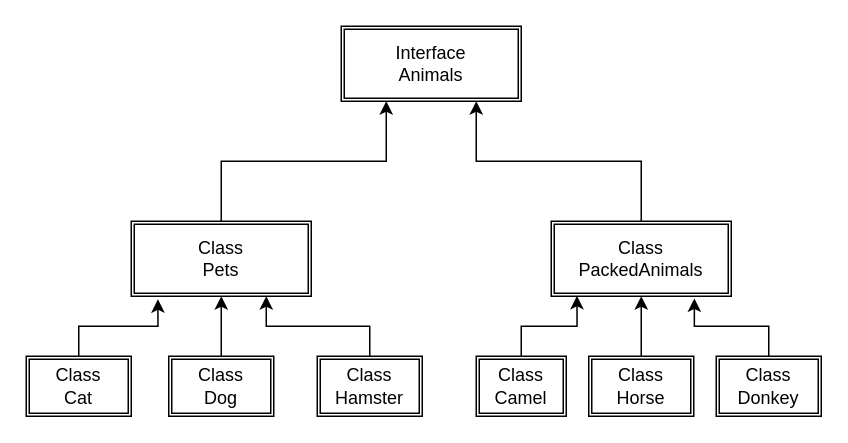
The draw.io diagram diagramm/klassDiagramm.drawio in AlexandrTolstov/GBAnimalAccountSystem, before the edit. Source tidied: cells renumbered, new cells numbered last; positions are measured from the earlier drawing's top-left corner, leaving out a move shared by most shapes. Both pictures are drawn from the tidied source at 150%, with x=0, y=0 at pixel (26, 26).
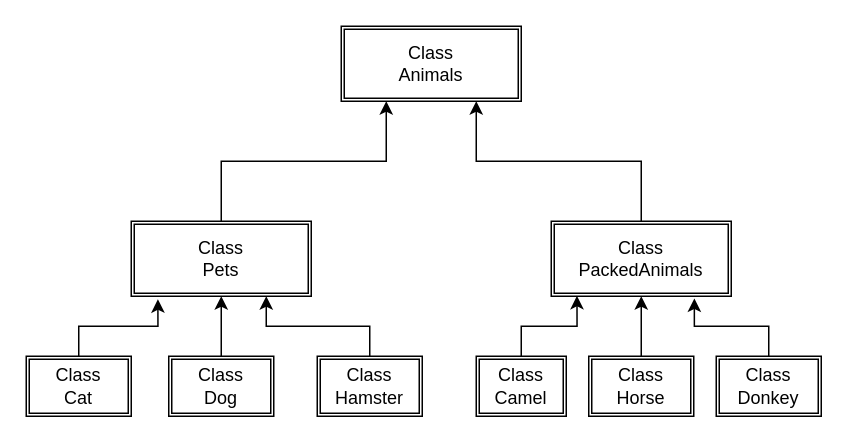
Above is the later version.

What changed in the source:
```diff
@@
 <mxGraphModel>
   <root>
     <mxCell id="0" />
     <mxCell id="1" parent="0" />
-    <mxCell id="2" value="Interface&lt;br&gt;Animals" style="shape=ext;double=1;rounded=0;whiteSpace=wrap;html=1;" parent="1" vertex="1">
+    <mxCell id="2" value="Class&lt;br&gt;Animals" style="shape=ext;double=1;rounded=0;whiteSpace=wrap;html=1;" parent="1" vertex="1">
       <mxGeometry x="210" width="120" height="50" as="geometry" />
     </mxCell>
     <mxCell id="3" style="edgeStyle=orthogonalEdgeStyle;rounded=0;jettySize=auto;html=1;exitX=0.5;exitY=0;exitDx=0;exitDy=0;entryX=0.25;entryY=1;entryDx=0;entryDy=0;" parent="1" edge="1" source="4" target="2">
       <mxGeometry relative="1" as="geometry" />
     </mxCell>
     <mxCell id="4" value="Class&lt;br&gt;Pets" style="shape=ext;double=1;rounded=0;whiteSpace=wrap;html=1;" parent="1" vertex="1">
       <mxGeometry x="70" y="130" width="120" height="50" as="geometry" />
     </mxCell>
     <mxCell id="5" style="edgeStyle=orthogonalEdgeStyle;rounded=0;jettySize=auto;html=1;exitX=0.5;exitY=0;exitDx=0;exitDy=0;entryX=0.75;entryY=1;entryDx=0;entryDy=0;" parent="1" edge="1" source="6" target="2">
       <mxGeometry relative="1" as="geometry" />
     </mxCell>
     <mxCell id="6" value="Class&lt;br&gt;PackedAnimals" style="shape=ext;double=1;rounded=0;whiteSpace=wrap;html=1;" parent="1" vertex="1">
       <mxGeometry x="350" y="130" width="120" height="50" as="geometry" />
     </mxCell>
     <mxCell id="7" style="edgeStyle=orthogonalEdgeStyle;rounded=0;jettySize=auto;html=1;exitX=0.5;exitY=0;exitDx=0;exitDy=0;entryX=0.5;entryY=1;entryDx=0;entryDy=0;" parent="1" edge="1" source="8" target="4">
       <mxGeometry relative="1" as="geometry" />
     </mxCell>
     <mxCell id="8" value="Class&lt;br&gt;Dog" style="shape=ext;double=1;rounded=0;whiteSpace=wrap;html=1;" parent="1" vertex="1">
       <mxGeometry x="95" y="220" width="70" height="40" as="geometry" />
     </mxCell>
     <mxCell id="9" value="Class&lt;br&gt;Cat" style="shape=ext;double=1;rounded=0;whiteSpace=wrap;html=1;" parent="1" vertex="1">
       <mxGeometry y="220" width="70" height="40" as="geometry" />
     </mxCell>
     <mxCell id="10" style="edgeStyle=orthogonalEdgeStyle;rounded=0;jettySize=auto;html=1;exitX=0.5;exitY=0;exitDx=0;exitDy=0;entryX=0.75;entryY=1;entryDx=0;entryDy=0;" parent="1" edge="1" source="11" target="4">
       <mxGeometry relative="1" as="geometry" />
     </mxCell>
     <mxCell id="11" value="Class&lt;br&gt;Hamster" style="shape=ext;double=1;rounded=0;whiteSpace=wrap;html=1;" parent="1" vertex="1">
       <mxGeometry x="194" y="220" width="70" height="40" as="geometry" />
     </mxCell>
     <mxCell id="12" style="edgeStyle=orthogonalEdgeStyle;rounded=0;jettySize=auto;html=1;exitX=0.5;exitY=0;exitDx=0;exitDy=0;entryX=0.148;entryY=1.04;entryDx=0;entryDy=0;entryPerimeter=0;" parent="1" edge="1" source="9" target="4">
       <mxGeometry relative="1" as="geometry" />
     </mxCell>
     <mxCell id="13" style="edgeStyle=orthogonalEdgeStyle;rounded=0;jettySize=auto;html=1;exitX=0.5;exitY=0;exitDx=0;exitDy=0;entryX=0.5;entryY=1;entryDx=0;entryDy=0;" parent="1" edge="1" source="14" target="6">
       <mxGeometry relative="1" as="geometry" />
     </mxCell>
     <mxCell id="14" value="Class&lt;br&gt;Horse" style="shape=ext;double=1;rounded=0;whiteSpace=wrap;html=1;" parent="1" vertex="1">
       <mxGeometry x="375" y="220" width="70" height="40" as="geometry" />
     </mxCell>
     <mxCell id="15" value="Class&lt;br&gt;Camel" style="shape=ext;double=1;rounded=0;whiteSpace=wrap;html=1;" parent="1" vertex="1">
       <mxGeometry x="300" y="220" width="60" height="40" as="geometry" />
     </mxCell>
     <mxCell id="16" value="Class&lt;br&gt;Donkey" style="shape=ext;double=1;rounded=0;whiteSpace=wrap;html=1;" parent="1" vertex="1">
       <mxGeometry x="460" y="220" width="70" height="40" as="geometry" />
     </mxCell>
     <mxCell id="17" style="edgeStyle=orthogonalEdgeStyle;rounded=0;jettySize=auto;html=1;exitX=0.5;exitY=0;exitDx=0;exitDy=0;entryX=0.143;entryY=0.994;entryDx=0;entryDy=0;entryPerimeter=0;" parent="1" edge="1" source="15" target="6">
       <mxGeometry relative="1" as="geometry" />
     </mxCell>
     <mxCell id="18" style="edgeStyle=orthogonalEdgeStyle;rounded=0;jettySize=auto;html=1;exitX=0.5;exitY=0;exitDx=0;exitDy=0;entryX=0.795;entryY=1.029;entryDx=0;entryDy=0;entryPerimeter=0;" parent="1" edge="1" source="16" target="6">
       <mxGeometry relative="1" as="geometry" />
     </mxCell>
   </root>
 </mxGraphModel>
```
